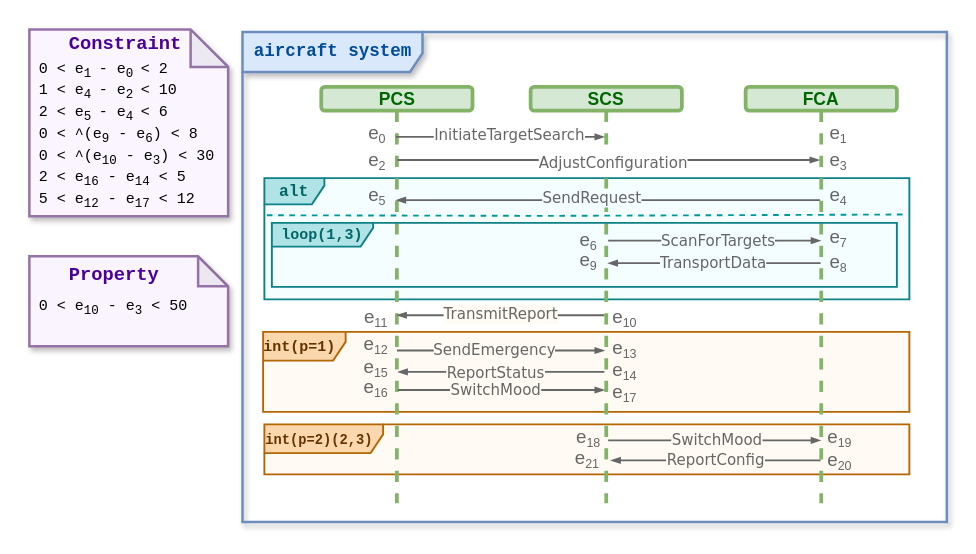
This is example.drawio from ShiYufei0708/draw, a draw.io file, before an edit. Source tidied: cells renumbered, new cells numbered last; positions are measured from the earlier drawing's top-left corner, leaving out a move shared by most shapes. Both pictures are drawn from the tidied source at 125%, with x=0, y=0 at pixel (29, 25).
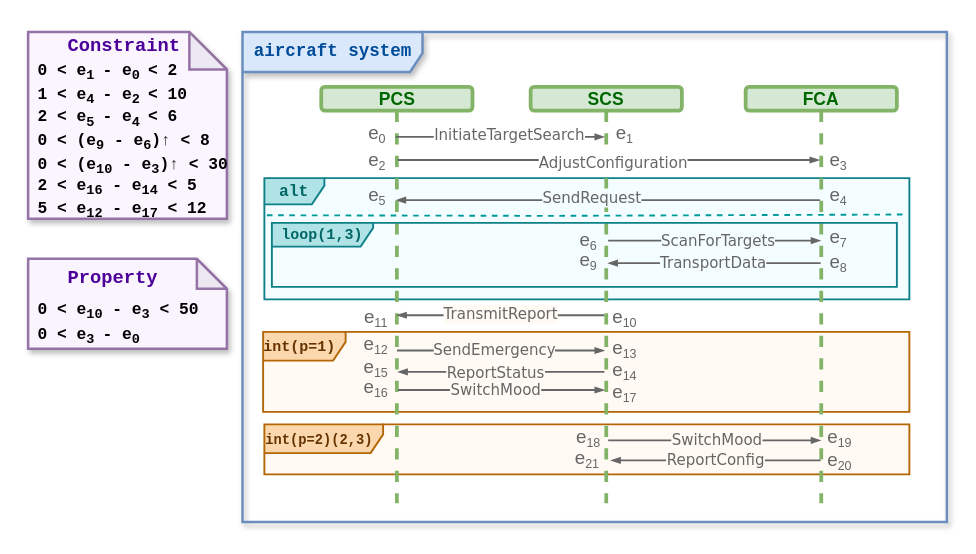
The same page after the edit.

The edit, as a diff of the source:
```diff
@@
     <mxCell id="34" value="&lt;font style=&quot;color: rgb(102, 102, 102);&quot;&gt;&lt;span style=&quot;font-size: 15px;&quot;&gt;e&lt;/span&gt;&lt;sub style=&quot;&quot;&gt;&lt;font&gt;1&lt;/font&gt;&lt;/sub&gt;&lt;/font&gt;" style="text;html=1;align=center;verticalAlign=middle;strokeColor=none;fillColor=none;" parent="1" vertex="1">
-      <mxGeometry x="627" y="72.2" width="40" height="30" as="geometry" />
+      <mxGeometry x="456" y="72.2" width="40" height="30" as="geometry" />
     </mxCell>
@@
     <mxCell id="55" style="shape=note;whiteSpace=wrap;html=1;backgroundOutline=1;darkOpacity=0.05;size=24;fillColor=light-dark(#FAF4FF,#392F3F);strokeColor=#9673a6;strokeWidth=2;shadow=1;" parent="1" vertex="1">
-      <mxGeometry y="184.5" width="159" height="72" as="geometry" />
+      <mxGeometry x="-1" y="186.5" width="159" height="72" as="geometry" />
     </mxCell>
     <mxCell id="56" value="&lt;span style=&quot;font-style: normal; font-variant-ligatures: normal; font-variant-caps: normal; letter-spacing: normal; orphans: 2; text-align: left; text-indent: 0px; text-transform: none; widows: 2; word-spacing: 0px; -webkit-text-stroke-width: 0px; white-space: nowrap; text-decoration-thickness: initial; text-decoration-style: initial; text-decoration-color: initial; float: none; display: inline !important;&quot;&gt;&lt;font face=&quot;Courier New&quot; style=&quot;color: rgb(76, 0, 153); font-size: 15px;&quot;&gt;&lt;b style=&quot;&quot;&gt;Property&lt;/b&gt;&lt;/font&gt;&lt;/span&gt;" style="text;whiteSpace=wrap;html=1;shadow=1;" parent="1" vertex="1">
-      <mxGeometry x="30" y="184.5" width="78" height="46.5" as="geometry" />
+      <mxGeometry x="29" y="186.5" width="78" height="46.5" as="geometry" />
     </mxCell>
-    <mxCell id="57" value="&lt;div&gt;&lt;div&gt;&lt;font face=&quot;Courier New&quot; style=&quot;font-size: 12px;&quot;&gt;0 &amp;lt; e&lt;sub style=&quot;&quot;&gt;10&lt;/sub&gt;&amp;nbsp;- e&lt;sub style=&quot;&quot;&gt;3&lt;/sub&gt;&amp;nbsp;&amp;lt; 50&lt;/font&gt;&lt;div&gt;&lt;br&gt;&lt;/div&gt;&lt;/div&gt;&lt;/div&gt;" style="text;align=left;verticalAlign=top;rounded=0;horizontal=1;fontSize=10;html=1;shadow=1;" parent="1" vertex="1">
-      <mxGeometry x="6" y="211" width="114" height="33.5" as="geometry" />
+    <mxCell id="57" value="&lt;div&gt;&lt;div&gt;&lt;font face=&quot;Courier New&quot; style=&quot;font-size: 13px;&quot;&gt;&lt;b style=&quot;&quot;&gt;0 &amp;lt; e&lt;sub style=&quot;&quot;&gt;10&lt;/sub&gt;&amp;nbsp;- e&lt;sub style=&quot;&quot;&gt;3&lt;/sub&gt;&amp;nbsp;&amp;lt; 50&lt;/b&gt;&lt;/font&gt;&lt;div&gt;&lt;b&gt;&lt;font style=&quot;font-size: 13px;&quot;&gt;&lt;span style=&quot;color: light-dark(rgb(0, 0, 0), rgb(255, 255, 255)); font-family: &amp;quot;Courier New&amp;quot;; background-color: transparent;&quot;&gt;0 &amp;lt; e&lt;/span&gt;&lt;sub style=&quot;color: light-dark(rgb(0, 0, 0), rgb(255, 255, 255)); font-family: &amp;quot;Courier New&amp;quot;; background-color: transparent; line-height: 13px;&quot;&gt;3&amp;nbsp;&lt;/sub&gt;&lt;span style=&quot;color: light-dark(rgb(0, 0, 0), rgb(255, 255, 255)); font-family: &amp;quot;Courier New&amp;quot;; background-color: transparent;&quot;&gt;- e&lt;/span&gt;&lt;sub style=&quot;color: light-dark(rgb(0, 0, 0), rgb(255, 255, 255)); font-family: &amp;quot;Courier New&amp;quot;; background-color: transparent; line-height: 13px;&quot;&gt;0&lt;/sub&gt;&lt;/font&gt;&lt;/b&gt;&lt;/div&gt;&lt;/div&gt;&lt;/div&gt;" style="text;align=left;verticalAlign=top;rounded=0;horizontal=1;fontSize=10;html=1;shadow=1;" parent="1" vertex="1">
+      <mxGeometry x="5" y="213" width="114" height="33.5" as="geometry" />
     </mxCell>
     <mxCell id="58" style="group;strokeWidth=3;dashed=1;shadow=1;rounded=0;" parent="1" vertex="1">
-      <mxGeometry y="3" width="159" height="172" as="geometry" />
+      <mxGeometry x="-1" y="5" width="159" height="172" as="geometry" />
     </mxCell>
@@
-    <mxCell id="61" value="&lt;div style=&quot;line-height: 130%;&quot;&gt;&lt;font style=&quot;font-size: 12px;&quot; face=&quot;Courier New&quot;&gt;&lt;span style=&quot;background-color: transparent; color: light-dark(rgb(0, 0, 0), rgb(255, 255, 255));&quot;&gt;0 &amp;lt; e&lt;/span&gt;&lt;sub style=&quot;background-color: transparent; color: light-dark(rgb(0, 0, 0), rgb(255, 255, 255)); line-height: 130%;&quot;&gt;1&amp;nbsp;&lt;/sub&gt;&lt;span style=&quot;background-color: transparent; color: light-dark(rgb(0, 0, 0), rgb(255, 255, 255));&quot;&gt;- e&lt;/span&gt;&lt;sub style=&quot;background-color: transparent; color: light-dark(rgb(0, 0, 0), rgb(255, 255, 255)); line-height: 130%;&quot;&gt;0&amp;nbsp;&lt;/sub&gt;&lt;span style=&quot;background-color: transparent; color: light-dark(rgb(0, 0, 0), rgb(255, 255, 255));&quot;&gt;&amp;lt; 2&lt;/span&gt;&lt;/font&gt;&lt;/div&gt;&lt;font face=&quot;Courier New&quot; style=&quot;line-height: 130%; font-size: 12px;&quot;&gt;&lt;div style=&quot;&quot;&gt;&lt;span style=&quot;background-color: transparent; color: light-dark(rgb(0, 0, 0), rgb(255, 255, 255));&quot;&gt;1 &amp;lt; e&lt;/span&gt;&lt;sub style=&quot;background-color: transparent; color: light-dark(rgb(0, 0, 0), rgb(255, 255, 255)); line-height: 130%;&quot;&gt;4&amp;nbsp;&lt;/sub&gt;&lt;span style=&quot;background-color: transparent; color: light-dark(rgb(0, 0, 0), rgb(255, 255, 255));&quot;&gt;- e&lt;/span&gt;&lt;sub style=&quot;background-color: transparent; color: light-dark(rgb(0, 0, 0), rgb(255, 255, 255)); line-height: 130%;&quot;&gt;2&amp;nbsp;&lt;/sub&gt;&lt;span style=&quot;background-color: transparent; color: light-dark(rgb(0, 0, 0), rgb(255, 255, 255));&quot;&gt;&amp;lt; 10&lt;/span&gt;&lt;/div&gt;&lt;div style=&quot;&quot;&gt;&lt;span style=&quot;background-color: transparent; color: light-dark(rgb(0, 0, 0), rgb(255, 255, 255));&quot;&gt;2 &amp;lt; e&lt;/span&gt;&lt;sub style=&quot;background-color: transparent; color: light-dark(rgb(0, 0, 0), rgb(255, 255, 255)); line-height: 130%;&quot;&gt;5&amp;nbsp;&lt;/sub&gt;&lt;span style=&quot;background-color: transparent; color: light-dark(rgb(0, 0, 0), rgb(255, 255, 255));&quot;&gt;- e&lt;/span&gt;&lt;span style=&quot;background-color: transparent; color: light-dark(rgb(0, 0, 0), rgb(255, 255, 255));&quot;&gt;&lt;sub style=&quot;line-height: 130%;&quot;&gt;4&amp;nbsp;&lt;/sub&gt;&lt;/span&gt;&lt;span style=&quot;background-color: transparent; color: light-dark(rgb(0, 0, 0), rgb(255, 255, 255));&quot;&gt;&amp;lt; 6&lt;/span&gt;&lt;/div&gt;&lt;div style=&quot;&quot;&gt;&lt;span style=&quot;background-color: transparent; color: light-dark(rgb(0, 0, 0), rgb(255, 255, 255));&quot;&gt;0 &amp;lt; ^(e&lt;/span&gt;&lt;sub style=&quot;background-color: transparent; color: light-dark(rgb(0, 0, 0), rgb(255, 255, 255)); line-height: 130%;&quot;&gt;9&lt;/sub&gt;&lt;span style=&quot;background-color: transparent; color: light-dark(rgb(0, 0, 0), rgb(255, 255, 255));&quot;&gt;&amp;nbsp;&lt;/span&gt;&lt;span style=&quot;background-color: transparent; color: light-dark(rgb(0, 0, 0), rgb(255, 255, 255));&quot;&gt;- e&lt;/span&gt;&lt;sub style=&quot;background-color: transparent; color: light-dark(rgb(0, 0, 0), rgb(255, 255, 255)); line-height: 130%;&quot;&gt;6&lt;/sub&gt;&lt;span style=&quot;background-color: transparent; color: light-dark(rgb(0, 0, 0), rgb(255, 255, 255));&quot;&gt;) &amp;lt; 8&lt;/span&gt;&lt;/div&gt;&lt;/font&gt;&lt;div style=&quot;line-height: 130%;&quot;&gt;&lt;div style=&quot;&quot;&gt;&lt;font style=&quot;font-size: 12px;&quot; face=&quot;Courier New&quot;&gt;&lt;span style=&quot;background-color: transparent; color: light-dark(rgb(0, 0, 0), rgb(255, 255, 255));&quot;&gt;0 &amp;lt; ^(e&lt;/span&gt;&lt;sub style=&quot;background-color: transparent; color: light-dark(rgb(0, 0, 0), rgb(255, 255, 255)); line-height: 130%;&quot;&gt;10&lt;/sub&gt;&lt;span style=&quot;background-color: transparent; color: light-dark(rgb(0, 0, 0), rgb(255, 255, 255));&quot;&gt;&amp;nbsp;&lt;/span&gt;&lt;span style=&quot;background-color: transparent; color: light-dark(rgb(0, 0, 0), rgb(255, 255, 255));&quot;&gt;- e&lt;/span&gt;&lt;span style=&quot;background-color: transparent; color: light-dark(rgb(0, 0, 0), rgb(255, 255, 255));&quot;&gt;&lt;sub style=&quot;line-height: 130%;&quot;&gt;3&lt;/sub&gt;&lt;/span&gt;&lt;span style=&quot;background-color: transparent; color: light-dark(rgb(0, 0, 0), rgb(255, 255, 255));&quot;&gt;) &amp;lt; 30&lt;/span&gt;&lt;/font&gt;&lt;/div&gt;&lt;div&gt;&lt;div style=&quot;&quot;&gt;&lt;font style=&quot;font-size: 12px;&quot; face=&quot;Courier New&quot;&gt;&lt;span style=&quot;background-color: transparent; color: light-dark(rgb(0, 0, 0), rgb(255, 255, 255));&quot;&gt;2 &amp;lt; e&lt;/span&gt;&lt;sub style=&quot;background-color: transparent; color: light-dark(rgb(0, 0, 0), rgb(255, 255, 255)); line-height: 130%;&quot;&gt;16&lt;/sub&gt;&lt;span style=&quot;background-color: transparent; color: light-dark(rgb(0, 0, 0), rgb(255, 255, 255));&quot;&gt;&amp;nbsp;&lt;/span&gt;&lt;span style=&quot;background-color: transparent; color: light-dark(rgb(0, 0, 0), rgb(255, 255, 255));&quot;&gt;- e&lt;/span&gt;&lt;span style=&quot;background-color: transparent; color: light-dark(rgb(0, 0, 0), rgb(255, 255, 255));&quot;&gt;&lt;sub style=&quot;line-height: 130%;&quot;&gt;14&lt;/sub&gt;&lt;/span&gt;&lt;span style=&quot;background-color: transparent; color: light-dark(rgb(0, 0, 0), rgb(255, 255, 255));&quot;&gt;&amp;nbsp;&amp;lt; 5&lt;/span&gt;&lt;/font&gt;&lt;/div&gt;&lt;div style=&quot;&quot;&gt;&lt;font style=&quot;font-size: 12px;&quot; face=&quot;Courier New&quot;&gt;5 &amp;lt; e&lt;sub style=&quot;line-height: 130%;&quot;&gt;12&lt;/sub&gt;&amp;nbsp;- e&lt;sub style=&quot;line-height: 130%;&quot;&gt;17&lt;/sub&gt;&amp;nbsp;&amp;lt; 12&lt;/font&gt;&lt;br&gt;&lt;/div&gt;&lt;/div&gt;&lt;/div&gt;" style="text;align=left;verticalAlign=top;rounded=0;horizontal=1;fontSize=10;html=1;strokeColor=none;shadow=1;" parent="58" vertex="1">
+    <mxCell id="61" value="&lt;div style=&quot;line-height: 130%;&quot;&gt;&lt;font style=&quot;font-size: 13px;&quot; face=&quot;Courier New&quot;&gt;&lt;b&gt;&lt;span style=&quot;background-color: transparent; color: light-dark(rgb(0, 0, 0), rgb(255, 255, 255));&quot;&gt;0 &amp;lt; e&lt;/span&gt;&lt;sub style=&quot;background-color: transparent; color: light-dark(rgb(0, 0, 0), rgb(255, 255, 255)); line-height: 130%;&quot;&gt;1&amp;nbsp;&lt;/sub&gt;&lt;span style=&quot;background-color: transparent; color: light-dark(rgb(0, 0, 0), rgb(255, 255, 255));&quot;&gt;- e&lt;/span&gt;&lt;sub style=&quot;background-color: transparent; color: light-dark(rgb(0, 0, 0), rgb(255, 255, 255)); line-height: 130%;&quot;&gt;0&amp;nbsp;&lt;/sub&gt;&lt;span style=&quot;background-color: transparent; color: light-dark(rgb(0, 0, 0), rgb(255, 255, 255));&quot;&gt;&amp;lt; 2&lt;/span&gt;&lt;/b&gt;&lt;/font&gt;&lt;/div&gt;&lt;font face=&quot;Courier New&quot; style=&quot;line-height: 130%; font-size: 13px;&quot;&gt;&lt;b&gt;&lt;div style=&quot;&quot;&gt;&lt;span style=&quot;background-color: transparent; color: light-dark(rgb(0, 0, 0), rgb(255, 255, 255));&quot;&gt;1 &amp;lt; e&lt;/span&gt;&lt;sub style=&quot;background-color: transparent; color: light-dark(rgb(0, 0, 0), rgb(255, 255, 255)); line-height: 130%;&quot;&gt;4&amp;nbsp;&lt;/sub&gt;&lt;span style=&quot;background-color: transparent; color: light-dark(rgb(0, 0, 0), rgb(255, 255, 255));&quot;&gt;- e&lt;/span&gt;&lt;sub style=&quot;background-color: transparent; color: light-dark(rgb(0, 0, 0), rgb(255, 255, 255)); line-height: 130%;&quot;&gt;2&amp;nbsp;&lt;/sub&gt;&lt;span style=&quot;background-color: transparent; color: light-dark(rgb(0, 0, 0), rgb(255, 255, 255));&quot;&gt;&amp;lt; 10&lt;/span&gt;&lt;/div&gt;&lt;div style=&quot;&quot;&gt;&lt;span style=&quot;background-color: transparent; color: light-dark(rgb(0, 0, 0), rgb(255, 255, 255));&quot;&gt;2 &amp;lt; e&lt;/span&gt;&lt;sub style=&quot;background-color: transparent; color: light-dark(rgb(0, 0, 0), rgb(255, 255, 255)); line-height: 130%;&quot;&gt;5&amp;nbsp;&lt;/sub&gt;&lt;span style=&quot;background-color: transparent; color: light-dark(rgb(0, 0, 0), rgb(255, 255, 255));&quot;&gt;- e&lt;/span&gt;&lt;span style=&quot;background-color: transparent; color: light-dark(rgb(0, 0, 0), rgb(255, 255, 255));&quot;&gt;&lt;sub style=&quot;line-height: 130%;&quot;&gt;4&amp;nbsp;&lt;/sub&gt;&lt;/span&gt;&lt;span style=&quot;background-color: transparent; color: light-dark(rgb(0, 0, 0), rgb(255, 255, 255));&quot;&gt;&amp;lt; 6&lt;/span&gt;&lt;/div&gt;&lt;div style=&quot;&quot;&gt;&lt;span style=&quot;background-color: transparent; color: light-dark(rgb(0, 0, 0), rgb(255, 255, 255));&quot;&gt;0 &amp;lt; (e&lt;/span&gt;&lt;sub style=&quot;background-color: transparent; color: light-dark(rgb(0, 0, 0), rgb(255, 255, 255)); line-height: 130%;&quot;&gt;9&lt;/sub&gt;&lt;span style=&quot;background-color: transparent; color: light-dark(rgb(0, 0, 0), rgb(255, 255, 255));&quot;&gt;&amp;nbsp;&lt;/span&gt;&lt;span style=&quot;background-color: transparent; color: light-dark(rgb(0, 0, 0), rgb(255, 255, 255));&quot;&gt;- e&lt;/span&gt;&lt;sub style=&quot;background-color: transparent; color: light-dark(rgb(0, 0, 0), rgb(255, 255, 255)); line-height: 130%;&quot;&gt;6&lt;/sub&gt;&lt;span style=&quot;background-color: transparent; color: light-dark(rgb(0, 0, 0), rgb(255, 255, 255));&quot;&gt;)&lt;/span&gt;&lt;span style=&quot;background-color: transparent; text-wrap-mode: wrap; color: rgb(51, 51, 51);&quot;&gt;↑&lt;/span&gt;&lt;span style=&quot;background-color: transparent; color: light-dark(rgb(0, 0, 0), rgb(255, 255, 255));&quot;&gt;&amp;nbsp;&amp;lt; 8&lt;/span&gt;&lt;/div&gt;&lt;/b&gt;&lt;/font&gt;&lt;div style=&quot;line-height: 130%;&quot;&gt;&lt;div style=&quot;&quot;&gt;&lt;font style=&quot;font-size: 13px;&quot;&gt;&lt;b&gt;&lt;font style=&quot;&quot; face=&quot;Courier New&quot;&gt;&lt;span style=&quot;background-color: transparent; color: light-dark(rgb(0, 0, 0), rgb(255, 255, 255));&quot;&gt;0 &amp;lt; (e&lt;/span&gt;&lt;sub style=&quot;background-color: transparent; color: light-dark(rgb(0, 0, 0), rgb(255, 255, 255)); line-height: 130%;&quot;&gt;10&lt;/sub&gt;&lt;span style=&quot;background-color: transparent; color: light-dark(rgb(0, 0, 0), rgb(255, 255, 255));&quot;&gt;&amp;nbsp;&lt;/span&gt;&lt;span style=&quot;background-color: transparent; color: light-dark(rgb(0, 0, 0), rgb(255, 255, 255));&quot;&gt;- e&lt;/span&gt;&lt;span style=&quot;background-color: transparent; color: light-dark(rgb(0, 0, 0), rgb(255, 255, 255));&quot;&gt;&lt;sub style=&quot;line-height: 130%;&quot;&gt;3&lt;/sub&gt;&lt;/span&gt;&lt;span style=&quot;background-color: transparent; color: light-dark(rgb(0, 0, 0), rgb(255, 255, 255));&quot;&gt;)&lt;/span&gt;&lt;/font&gt;&lt;span style=&quot;background-color: transparent; text-wrap-mode: wrap; color: rgb(51, 51, 51); font-family: &amp;quot;Courier New&amp;quot;;&quot;&gt;↑&lt;/span&gt;&lt;span style=&quot;background-color: transparent; color: light-dark(rgb(0, 0, 0), rgb(255, 255, 255)); font-family: &amp;quot;Courier New&amp;quot;;&quot;&gt;&amp;nbsp;&amp;lt; 30&lt;/span&gt;&lt;/b&gt;&lt;/font&gt;&lt;/div&gt;&lt;div&gt;&lt;div style=&quot;&quot;&gt;&lt;font style=&quot;font-size: 13px;&quot; face=&quot;Courier New&quot;&gt;&lt;b&gt;&lt;span style=&quot;background-color: transparent; color: light-dark(rgb(0, 0, 0), rgb(255, 255, 255));&quot;&gt;2 &amp;lt; e&lt;/span&gt;&lt;sub style=&quot;background-color: transparent; color: light-dark(rgb(0, 0, 0), rgb(255, 255, 255)); line-height: 130%;&quot;&gt;16&lt;/sub&gt;&lt;span style=&quot;background-color: transparent; color: light-dark(rgb(0, 0, 0), rgb(255, 255, 255));&quot;&gt;&amp;nbsp;&lt;/span&gt;&lt;span style=&quot;background-color: transparent; color: light-dark(rgb(0, 0, 0), rgb(255, 255, 255));&quot;&gt;- e&lt;/span&gt;&lt;span style=&quot;background-color: transparent; color: light-dark(rgb(0, 0, 0), rgb(255, 255, 255));&quot;&gt;&lt;sub style=&quot;line-height: 130%;&quot;&gt;14&lt;/sub&gt;&lt;/span&gt;&lt;span style=&quot;background-color: transparent; color: light-dark(rgb(0, 0, 0), rgb(255, 255, 255));&quot;&gt;&amp;nbsp;&amp;lt; 5&lt;/span&gt;&lt;/b&gt;&lt;/font&gt;&lt;/div&gt;&lt;div style=&quot;&quot;&gt;&lt;font style=&quot;font-size: 13px;&quot; face=&quot;Courier New&quot;&gt;&lt;b&gt;5 &amp;lt; e&lt;sub style=&quot;line-height: 130%;&quot;&gt;12&lt;/sub&gt;&amp;nbsp;- e&lt;sub style=&quot;line-height: 130%;&quot;&gt;17&lt;/sub&gt;&amp;nbsp;&amp;lt; 12&lt;/b&gt;&lt;/font&gt;&lt;br&gt;&lt;/div&gt;&lt;/div&gt;&lt;/div&gt;" style="text;align=left;verticalAlign=top;rounded=0;horizontal=1;fontSize=10;html=1;strokeColor=none;shadow=1;" parent="58" vertex="1">
       <mxGeometry x="6" y="18.4" width="94.6" height="119.7" as="geometry" />
     </mxCell>
```
